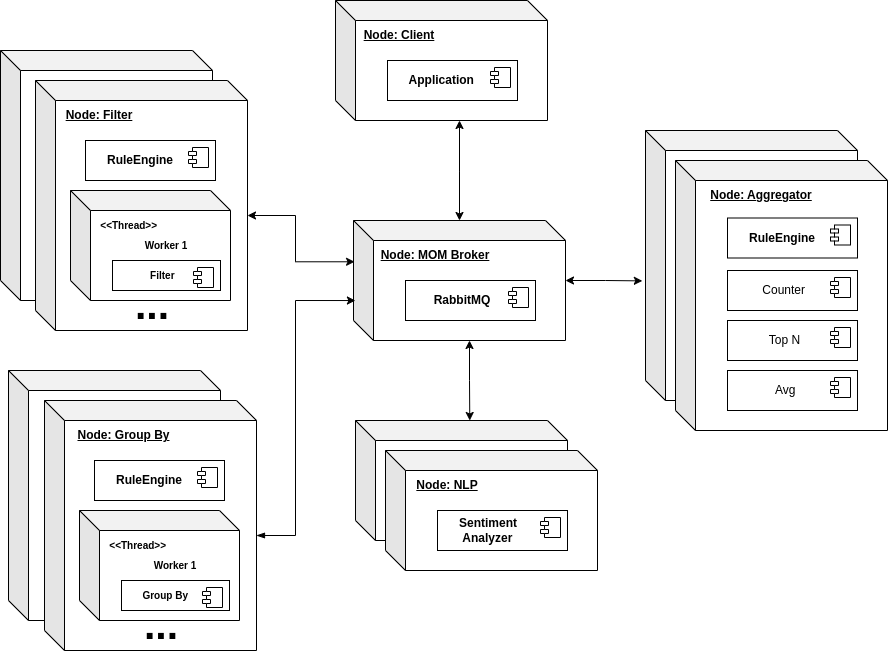
rafaelputaro/tp1-7574 keeps this draw.io diagram as documents/diagrama-despliegue.png. Above is the earlier version. Source tidied: cells renumbered, new cells last; positions are measured from the earlier drawing's top-left corner, leaving out a move shared by most shapes.
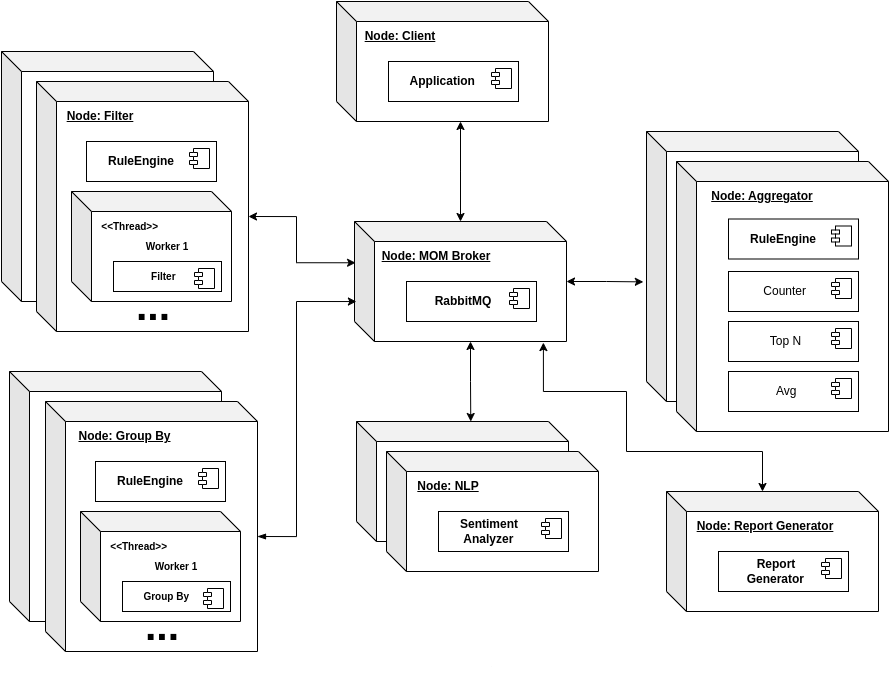
Above is the later version.

Diff of the diagram source:
```diff
@@ -189,5 +189,32 @@
     <mxCell id="52" style="edgeStyle=orthogonalEdgeStyle;rounded=0;jettySize=auto;html=1;entryX=-0.015;entryY=0.557;entryDx=0;entryDy=0;entryPerimeter=0;startArrow=classic;startFill=1;" parent="1" edge="1" source="6" target="41">
       <mxGeometry relative="1" as="geometry" />
     </mxCell>
+    <mxCell id="53" style="shape=cube;whiteSpace=wrap;html=1;boundedLbl=1;backgroundOutline=1;darkOpacity=0.05;darkOpacity2=0.1;" parent="1" vertex="1">
+      <mxGeometry x="665" y="490" width="212" height="120" as="geometry" />
+    </mxCell>
+    <mxCell id="54" value="&lt;div style=&quot;&quot;&gt;&lt;b style=&quot;background-color: transparent; color: light-dark(rgb(0, 0, 0), rgb(255, 255, 255));&quot;&gt;&lt;u&gt;Node: Report Generator&lt;/u&gt;&lt;/b&gt;&lt;/div&gt;" style="text;html=1;align=center;verticalAlign=middle;whiteSpace=wrap;rounded=0;" parent="1" vertex="1">
+      <mxGeometry x="683" y="510" width="162" height="30" as="geometry" />
+    </mxCell>
+    <mxCell id="55" value="&lt;b&gt;&amp;nbsp; &amp;nbsp; &amp;nbsp; &amp;nbsp; &amp;nbsp; &amp;nbsp;Report&amp;nbsp;&lt;/b&gt;&lt;div&gt;&lt;b&gt;&amp;nbsp; &amp;nbsp; &amp;nbsp; &amp;nbsp; Generator&lt;/b&gt;&lt;/div&gt;" style="html=1;whiteSpace=wrap;align=left;" parent="1" vertex="1">
+      <mxGeometry x="717" y="550" width="130" height="40" as="geometry" />
+    </mxCell>
+    <mxCell id="56" style="shape=module;jettyWidth=8;jettyHeight=4;" parent="55" vertex="1">
+      <mxGeometry x="1" width="20" height="20" relative="1" as="geometry">
+        <mxPoint x="-27" y="7" as="offset" />
+      </mxGeometry>
+    </mxCell>
+    <mxCell id="57" style="edgeStyle=orthogonalEdgeStyle;rounded=0;jettySize=auto;html=1;exitX=0;exitY=0;exitDx=96;exitDy=0;exitPerimeter=0;entryX=0.891;entryY=1.009;entryDx=0;entryDy=0;entryPerimeter=0;startArrow=classic;startFill=1;" parent="1" edge="1" source="53" target="6">
+      <mxGeometry relative="1" as="geometry">
+        <Array as="points">
+          <mxPoint x="761" y="450" />
+          <mxPoint x="625" y="450" />
+          <mxPoint x="625" y="390" />
+          <mxPoint x="542" y="390" />
+        </Array>
+      </mxGeometry>
+    </mxCell>
+    <mxCell id="58" value="." style="text;html=1;align=center;verticalAlign=middle;whiteSpace=wrap;rounded=0;fontSize=1;" parent="1" vertex="1">
+      <mxGeometry x="461" y="650" width="60" height="30" as="geometry" />
+    </mxCell>
   </root>
 </mxGraphModel>
```
